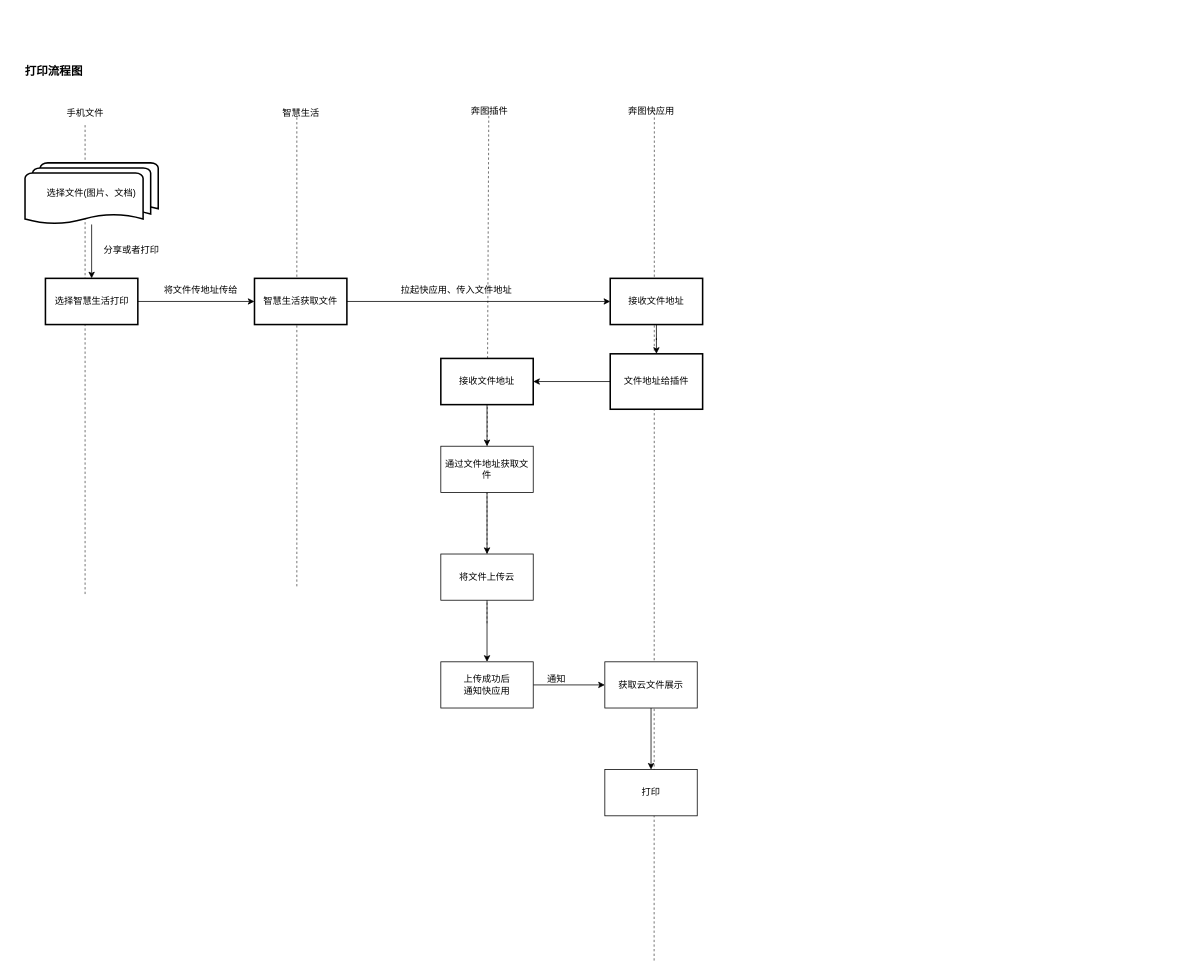
xili95/liuChengTu keeps this draw.io diagram as page "第 1 页" (1 of 8) of 流程图.drawio. Above is the earlier version. Source tidied: cells renumbered, new cells numbered last; positions are measured from the earlier drawing's top-left corner, leaving out a move shared by most shapes. Both pictures are drawn from the tidied source at 77%, with x=0, y=0 at pixel (13, 59).
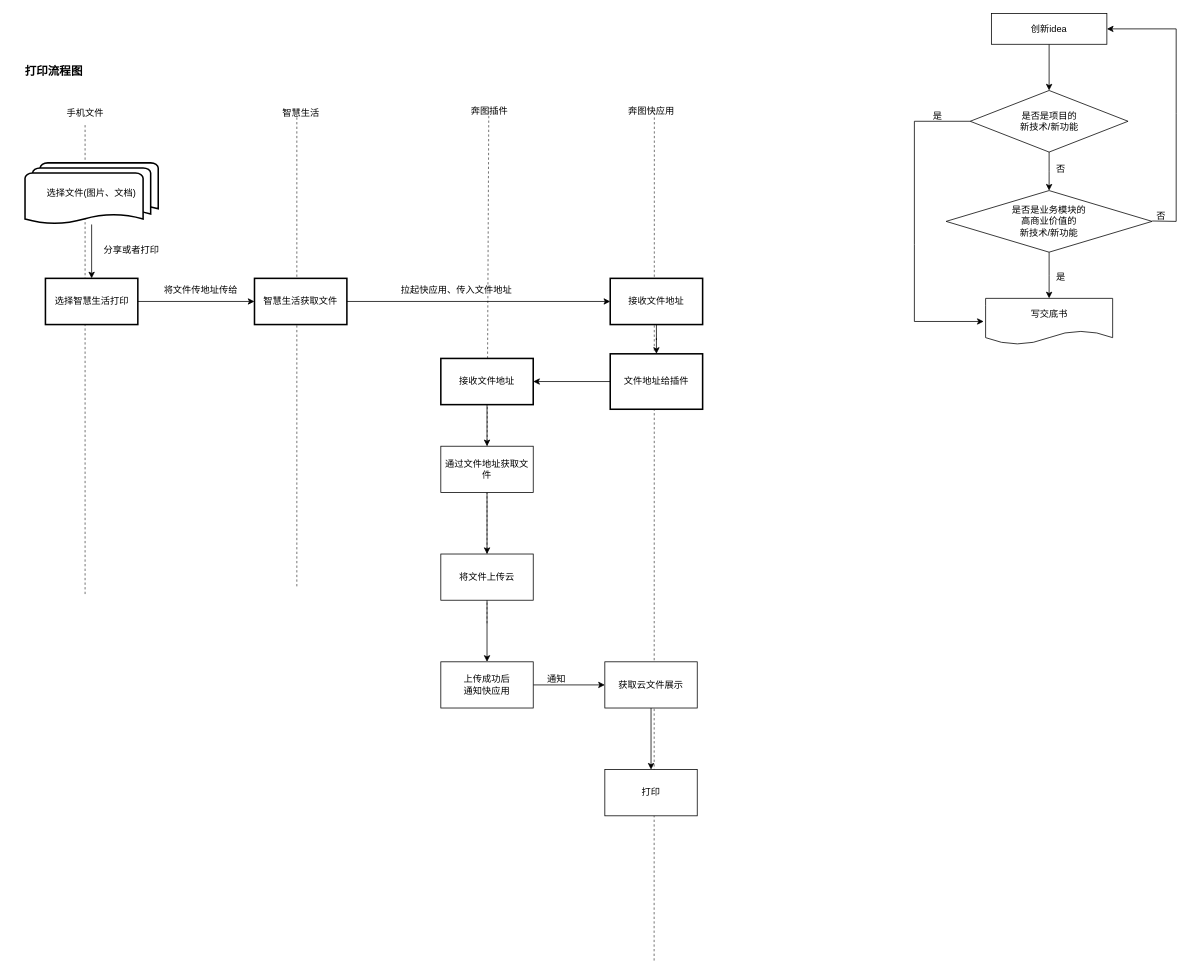
After the change.

Diff of the diagram source:
```diff
@@
+    <mxCell id="39" style="edgeStyle=orthogonalEdgeStyle;rounded=0;jettySize=auto;html=1;" parent="1" edge="1" source="40" target="42">
+      <mxGeometry relative="1" as="geometry" />
+    </mxCell>
+    <mxCell id="40" value="创新idea" style="whiteSpace=wrap;html=1;" parent="1" vertex="1">
+      <mxGeometry x="1270" y="-60" width="150" height="40" as="geometry" />
+    </mxCell>
+    <mxCell id="41" style="edgeStyle=orthogonalEdgeStyle;rounded=0;jettySize=auto;html=1;" parent="1" edge="1" source="42" target="44">
+      <mxGeometry relative="1" as="geometry" />
+    </mxCell>
+    <mxCell id="42" value="是否是项目的&lt;div&gt;新技术/新功能&lt;/div&gt;" style="rhombus;whiteSpace=wrap;html=1;" parent="1" vertex="1">
+      <mxGeometry x="1242.5" y="40" width="205" height="80" as="geometry" />
+    </mxCell>
+    <mxCell id="43" style="edgeStyle=orthogonalEdgeStyle;rounded=0;jettySize=auto;html=1;" parent="1" edge="1" source="44" target="45">
+      <mxGeometry relative="1" as="geometry" />
+    </mxCell>
+    <mxCell id="44" value="是否是业务模块的&lt;div&gt;高商业价值的&lt;/div&gt;&lt;div&gt;新技术/新功能&lt;/div&gt;" style="rhombus;whiteSpace=wrap;html=1;" parent="1" vertex="1">
+      <mxGeometry x="1211.2" y="170" width="267.5" height="80" as="geometry" />
+    </mxCell>
+    <mxCell id="45" value="写交底书" style="shape=document;whiteSpace=wrap;html=1;boundedLbl=1;" parent="1" vertex="1">
+      <mxGeometry x="1262.5" y="310" width="165" height="60" as="geometry" />
+    </mxCell>
+    <mxCell id="46" style="edgeStyle=none;orthogonalLoop=1;jettySize=auto;html=1;rounded=0;" parent="1" edge="1">
+      <mxGeometry relative="1" as="geometry">
+        <mxPoint x="1242.5" y="80" as="sourcePoint" />
+        <mxPoint x="1260" y="340" as="targetPoint" />
+        <Array as="points">
+          <mxPoint x="1170" y="80" />
+          <mxPoint x="1170" y="240" />
+          <mxPoint x="1170" y="340" />
+        </Array>
+      </mxGeometry>
+    </mxCell>
+    <mxCell id="47" value="是" style="text;html=1;align=center;verticalAlign=middle;strokeColor=none;fillColor=none;" parent="1" vertex="1">
+      <mxGeometry x="1180" y="58" width="40" height="30" as="geometry" />
+    </mxCell>
+    <mxCell id="48" value="否" style="text;html=1;align=center;verticalAlign=middle;strokeColor=none;fillColor=none;" parent="1" vertex="1">
+      <mxGeometry x="1340" y="128" width="40" height="30" as="geometry" />
+    </mxCell>
+    <mxCell id="49" value="是" style="text;html=1;align=center;verticalAlign=middle;strokeColor=none;fillColor=none;" parent="1" vertex="1">
+      <mxGeometry x="1340" y="268" width="40" height="30" as="geometry" />
+    </mxCell>
+    <mxCell id="50" style="edgeStyle=none;jettySize=auto;html=1;rounded=0;entryX=1;entryY=0.5;entryDx=0;entryDy=0;" parent="1" edge="1" target="40">
+      <mxGeometry relative="1" as="geometry">
+        <mxPoint x="1478.8" y="209.5" as="sourcePoint" />
+        <Array as="points">
+          <mxPoint x="1510" y="210" />
+          <mxPoint x="1510" y="70" />
+          <mxPoint x="1510" y="-40" />
+        </Array>
+      </mxGeometry>
+    </mxCell>
+    <mxCell id="51" value="否" style="text;html=1;align=center;verticalAlign=middle;strokeColor=none;fillColor=none;" parent="1" vertex="1">
+      <mxGeometry x="1470" y="188" width="40" height="30" as="geometry" />
+    </mxCell>
```
